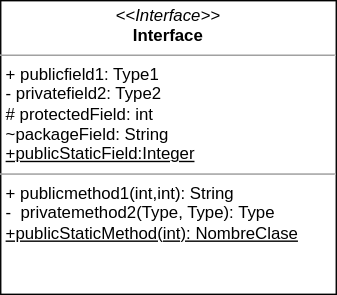
Earlier version of the draw.io export diagrams/diag01.drawio.svg (Xurxo-ojea/diagramGit). Source tidied: cells renumbered, new cells last; positions are measured from the earlier drawing's top-left corner, leaving out a move shared by most shapes. The source it was exported from:
```xml
<mxGraphModel>
  <root>
    <mxCell id="0" />
    <mxCell id="1" parent="0" />
    <mxCell id="2" value="&lt;p style=&quot;margin:0px;margin-top:4px;text-align:center;&quot;&gt;&lt;i&gt;&amp;lt;&amp;lt;Interface&amp;gt;&amp;gt;&lt;/i&gt;&lt;br&gt;&lt;b&gt;Interface&lt;/b&gt;&lt;/p&gt;&lt;hr size=&quot;1&quot;&gt;&lt;p style=&quot;margin:0px;margin-left:4px;&quot;&gt;+ publicfield1: Type1&lt;br&gt;- privatefield2: Type2&lt;/p&gt;&lt;p style=&quot;margin:0px;margin-left:4px;&quot;&gt;# protectedField: int&lt;/p&gt;&lt;p style=&quot;margin:0px;margin-left:4px;&quot;&gt;~packageField: String&lt;/p&gt;&lt;p style=&quot;margin:0px;margin-left:4px;&quot;&gt;&lt;u&gt;+publicStaticField:Integer&lt;/u&gt;&lt;/p&gt;&lt;hr size=&quot;1&quot;&gt;&lt;p style=&quot;margin:0px;margin-left:4px;&quot;&gt;+ publicmethod1(int,int): String&lt;br&gt;-&amp;nbsp; privatemethod2(Type, Type): Type&lt;/p&gt;&lt;p style=&quot;margin:0px;margin-left:4px;&quot;&gt;&lt;u&gt;+publicStaticMethod(int): NombreClase&lt;/u&gt;&lt;/p&gt;" style="verticalAlign=top;align=left;overflow=fill;fontSize=12;fontFamily=Helvetica;html=1;" parent="1" vertex="1">
      <mxGeometry width="240" height="210" as="geometry" />
    </mxCell>
  </root>
</mxGraphModel>
```
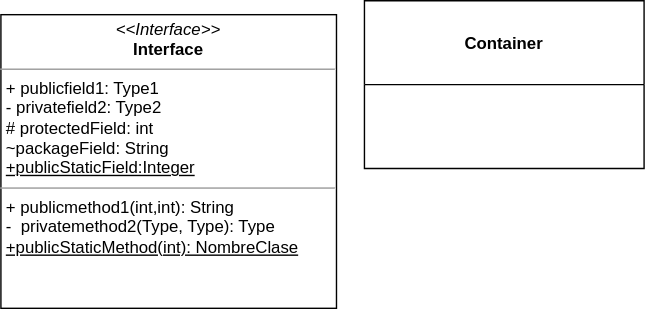
The same file after the commit.

Diff of the diagram source:
```diff
@@ -5,5 +5,8 @@
     <mxCell id="2" value="&lt;p style=&quot;margin:0px;margin-top:4px;text-align:center;&quot;&gt;&lt;i&gt;&amp;lt;&amp;lt;Interface&amp;gt;&amp;gt;&lt;/i&gt;&lt;br&gt;&lt;b&gt;Interface&lt;/b&gt;&lt;/p&gt;&lt;hr size=&quot;1&quot;&gt;&lt;p style=&quot;margin:0px;margin-left:4px;&quot;&gt;+ publicfield1: Type1&lt;br&gt;- privatefield2: Type2&lt;/p&gt;&lt;p style=&quot;margin:0px;margin-left:4px;&quot;&gt;# protectedField: int&lt;/p&gt;&lt;p style=&quot;margin:0px;margin-left:4px;&quot;&gt;~packageField: String&lt;/p&gt;&lt;p style=&quot;margin:0px;margin-left:4px;&quot;&gt;&lt;u&gt;+publicStaticField:Integer&lt;/u&gt;&lt;/p&gt;&lt;hr size=&quot;1&quot;&gt;&lt;p style=&quot;margin:0px;margin-left:4px;&quot;&gt;+ publicmethod1(int,int): String&lt;br&gt;-&amp;nbsp; privatemethod2(Type, Type): Type&lt;/p&gt;&lt;p style=&quot;margin:0px;margin-left:4px;&quot;&gt;&lt;u&gt;+publicStaticMethod(int): NombreClase&lt;/u&gt;&lt;/p&gt;" style="verticalAlign=top;align=left;overflow=fill;fontSize=12;fontFamily=Helvetica;html=1;" parent="1" vertex="1">
       <mxGeometry width="240" height="210" as="geometry" />
     </mxCell>
+    <mxCell id="3" value="Container" style="swimlane;startSize=60;" parent="1" vertex="1">
+      <mxGeometry x="260" y="-10" width="200" height="120" as="geometry" />
+    </mxCell>
   </root>
 </mxGraphModel>
```
